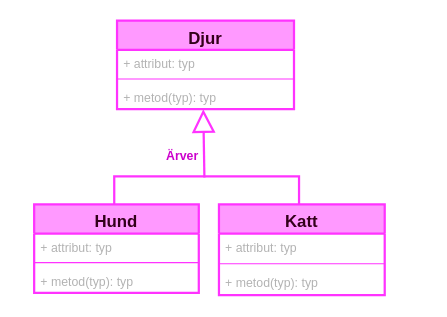
Earlier version of the draw.io diagram images/prog2/drawio/relation_4.drawio (lutosesa/programming). Source tidied: cells renumbered, new cells numbered last; positions are measured from the earlier drawing's top-left corner, leaving out a move shared by most shapes. Both pictures are drawn from the tidied source at 112%, with x=0, y=0 at pixel (34, 20).
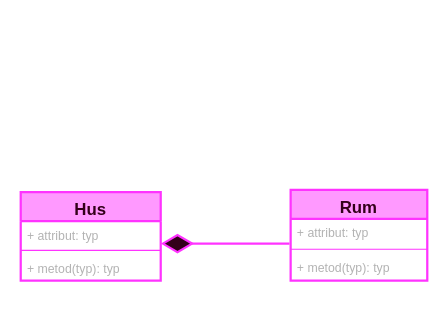
Above is the later version.

The edit, as a diff of the source:
```diff
@@
 <mxGraphModel>
   <root>
     <mxCell id="0" />
     <mxCell id="1" parent="0" />
-    <mxCell id="2" style="endArrow=none;html=1;rounded=0;strokeColor=#FF33FF;align=center;verticalAlign=middle;fontFamily=Helvetica;fontSize=11;fontColor=default;labelBackgroundColor=default;strokeWidth=2;" parent="1" edge="1">
-      <mxGeometry relative="1" as="geometry">
-        <mxPoint x="71.5" y="166" as="sourcePoint" />
-        <mxPoint x="236.5" y="166" as="targetPoint" />
-        <Array as="points">
-          <mxPoint x="71.5" y="139" />
-          <mxPoint x="236.5" y="139" />
-        </Array>
-      </mxGeometry>
-    </mxCell>
-    <mxCell id="3" value="&lt;font style=&quot;font-size: 15px;&quot; color=&quot;#33001a&quot;&gt;Hund&lt;/font&gt;" style="swimlane;fontStyle=1;align=center;verticalAlign=top;horizontal=1;startSize=26;whiteSpace=wrap;html=1;fontFamily=Helvetica;fontSize=11;fontColor=default;labelBackgroundColor=none;strokeWidth=2;strokeColor=#FF33FF;fillColor=#FF99FF;" parent="1" vertex="1">
-      <mxGeometry y="164" width="147" height="79" as="geometry" />
+    <mxCell id="3" value="&lt;font style=&quot;font-size: 15px;&quot; color=&quot;#33001a&quot;&gt;Hus&lt;/font&gt;" style="swimlane;fontStyle=1;align=center;verticalAlign=top;horizontal=1;startSize=26;whiteSpace=wrap;html=1;fontFamily=Helvetica;fontSize=11;fontColor=default;labelBackgroundColor=none;strokeWidth=2;strokeColor=#FF33FF;fillColor=#FF99FF;" parent="1" vertex="1">
+      <mxGeometry x="-12" y="153" width="125" height="79" as="geometry" />
     </mxCell>
     <mxCell id="4" value="+ attribut: typ" style="text;strokeColor=none;fillColor=none;align=left;verticalAlign=top;spacingLeft=4;spacingRight=4;overflow=hidden;whiteSpace=wrap;html=1;fontFamily=Helvetica;fontSize=11;fontColor=#B3B3B3;labelBackgroundColor=none;" parent="3" vertex="1">
-      <mxGeometry y="26" width="147" height="22" as="geometry" />
+      <mxGeometry y="26" width="125" height="22" as="geometry" />
     </mxCell>
     <mxCell id="5" style="line;strokeWidth=1;fillColor=none;align=left;verticalAlign=middle;spacingTop=-1;spacingLeft=3;spacingRight=3;labelPosition=right;strokeColor=inherit;fontFamily=Helvetica;fontSize=11;fontColor=default;labelBackgroundColor=default;" parent="3" vertex="1">
-      <mxGeometry y="48" width="147" height="8" as="geometry" />
+      <mxGeometry y="48" width="125" height="8" as="geometry" />
     </mxCell>
     <mxCell id="6" value="+ metod(typ): typ" style="text;strokeColor=none;fillColor=none;align=left;verticalAlign=top;spacingLeft=4;spacingRight=4;overflow=hidden;whiteSpace=wrap;html=1;fontFamily=Helvetica;fontSize=11;fontColor=#B3B3B3;labelBackgroundColor=none;" parent="3" vertex="1">
-      <mxGeometry y="56" width="147" height="23" as="geometry" />
+      <mxGeometry y="56" width="125" height="23" as="geometry" />
     </mxCell>
-    <mxCell id="7" value="&lt;font style=&quot;font-size: 15px;&quot; color=&quot;#33001a&quot;&gt;Katt&lt;/font&gt;" style="swimlane;fontStyle=1;align=center;verticalAlign=top;horizontal=1;startSize=26;whiteSpace=wrap;html=1;fontFamily=Helvetica;fontSize=11;fontColor=default;labelBackgroundColor=none;strokeWidth=2;strokeColor=#FF33FF;fillColor=#FF99FF;" parent="1" vertex="1">
-      <mxGeometry x="165" y="164" width="148" height="81" as="geometry" />
+    <mxCell id="7" value="&lt;font style=&quot;font-size: 15px;&quot; color=&quot;#33001a&quot;&gt;Rum&lt;/font&gt;" style="swimlane;fontStyle=1;align=center;verticalAlign=top;horizontal=1;startSize=26;whiteSpace=wrap;html=1;fontFamily=Helvetica;fontSize=11;fontColor=default;labelBackgroundColor=none;strokeWidth=2;strokeColor=#FF33FF;fillColor=#FF99FF;" parent="1" vertex="1">
+      <mxGeometry x="229" y="151" width="122" height="81" as="geometry" />
     </mxCell>
     <mxCell id="8" value="+ attribut: typ" style="text;strokeColor=none;fillColor=none;align=left;verticalAlign=top;spacingLeft=4;spacingRight=4;overflow=hidden;whiteSpace=wrap;html=1;fontFamily=Helvetica;fontSize=11;fontColor=#B3B3B3;labelBackgroundColor=none;" parent="7" vertex="1">
-      <mxGeometry y="26" width="148" height="23" as="geometry" />
+      <mxGeometry y="26" width="122" height="23" as="geometry" />
     </mxCell>
     <mxCell id="9" style="line;strokeWidth=1;fillColor=none;align=left;verticalAlign=middle;spacingTop=-1;spacingLeft=3;spacingRight=3;labelPosition=right;strokeColor=inherit;fontFamily=Helvetica;fontSize=11;fontColor=default;labelBackgroundColor=default;" parent="7" vertex="1">
-      <mxGeometry y="49" width="148" height="8" as="geometry" />
+      <mxGeometry y="49" width="122" height="8" as="geometry" />
     </mxCell>
     <mxCell id="10" value="+ metod(typ): typ" style="text;strokeColor=none;fillColor=none;align=left;verticalAlign=top;spacingLeft=4;spacingRight=4;overflow=hidden;whiteSpace=wrap;html=1;fontFamily=Helvetica;fontSize=11;fontColor=#B3B3B3;labelBackgroundColor=none;" parent="7" vertex="1">
-      <mxGeometry y="57" width="148" height="24" as="geometry" />
+      <mxGeometry y="57" width="122" height="24" as="geometry" />
     </mxCell>
-    <mxCell id="11" value="&lt;font style=&quot;font-size: 15px;&quot; color=&quot;#33001a&quot;&gt;Djur&lt;/font&gt;" style="swimlane;fontStyle=1;align=center;verticalAlign=top;horizontal=1;startSize=26;whiteSpace=wrap;html=1;fontFamily=Helvetica;fontSize=11;fontColor=default;labelBackgroundColor=none;strokeWidth=2;strokeColor=#FF33FF;fillColor=#FF99FF;" parent="1" vertex="1">
-      <mxGeometry x="74" width="158" height="79" as="geometry" />
-    </mxCell>
-    <mxCell id="12" value="+ attribut: typ" style="text;strokeColor=none;fillColor=none;align=left;verticalAlign=top;spacingLeft=4;spacingRight=4;overflow=hidden;whiteSpace=wrap;html=1;fontFamily=Helvetica;fontSize=11;fontColor=#B3B3B3;labelBackgroundColor=none;" parent="11" vertex="1">
-      <mxGeometry y="26" width="158" height="22" as="geometry" />
-    </mxCell>
-    <mxCell id="13" style="line;strokeWidth=1;fillColor=none;align=left;verticalAlign=middle;spacingTop=-1;spacingLeft=3;spacingRight=3;labelPosition=right;strokeColor=inherit;fontFamily=Helvetica;fontSize=11;fontColor=default;labelBackgroundColor=default;" parent="11" vertex="1">
-      <mxGeometry y="48" width="158" height="8" as="geometry" />
-    </mxCell>
-    <mxCell id="14" value="+ metod(typ): typ" style="text;strokeColor=none;fillColor=none;align=left;verticalAlign=top;spacingLeft=4;spacingRight=4;overflow=hidden;whiteSpace=wrap;html=1;fontFamily=Helvetica;fontSize=11;fontColor=#B3B3B3;labelBackgroundColor=none;" parent="11" vertex="1">
-      <mxGeometry y="56" width="158" height="23" as="geometry" />
-    </mxCell>
-    <mxCell id="15" value="&lt;b style=&quot;&quot;&gt;&lt;font color=&quot;#cc00cc&quot;&gt;Ärver&amp;nbsp;&lt;/font&gt;&lt;/b&gt;" style="endArrow=block;endSize=16;endFill=1;html=1;rounded=0;strokeColor=#FF33FF;align=right;verticalAlign=middle;fontFamily=Helvetica;fontSize=11;fontColor=default;labelBackgroundColor=none;strokeWidth=2;startFill=1;endFillColor=#FFFFFF;" parent="1" edge="1">
-      <mxGeometry x="-0.38" y="1" relative="1" as="geometry">
-        <mxPoint x="152" y="140" as="sourcePoint" />
-        <mxPoint x="151" y="79" as="targetPoint" />
-      </mxGeometry>
-    </mxCell>
+    <mxCell id="16" style="endArrow=diamondThin;endFill=1;endSize=24;html=1;rounded=0;strokeColor=#FF33FF;align=center;verticalAlign=middle;fontFamily=Helvetica;fontSize=11;fontColor=default;labelBackgroundColor=default;edgeStyle=orthogonalEdgeStyle;strokeWidth=2;startArrow=none;startFill=0;flowAnimation=0;fillColor=#d80073;endFillColor=#33001A;" parent="1" edge="1">
+      <mxGeometry relative="1" as="geometry">
+        <mxPoint x="228" y="199" as="sourcePoint" />
+        <mxPoint x="113" y="199" as="targetPoint" />
+      </mxGeometry>
+    </mxCell>
   </root>
 </mxGraphModel>
```
